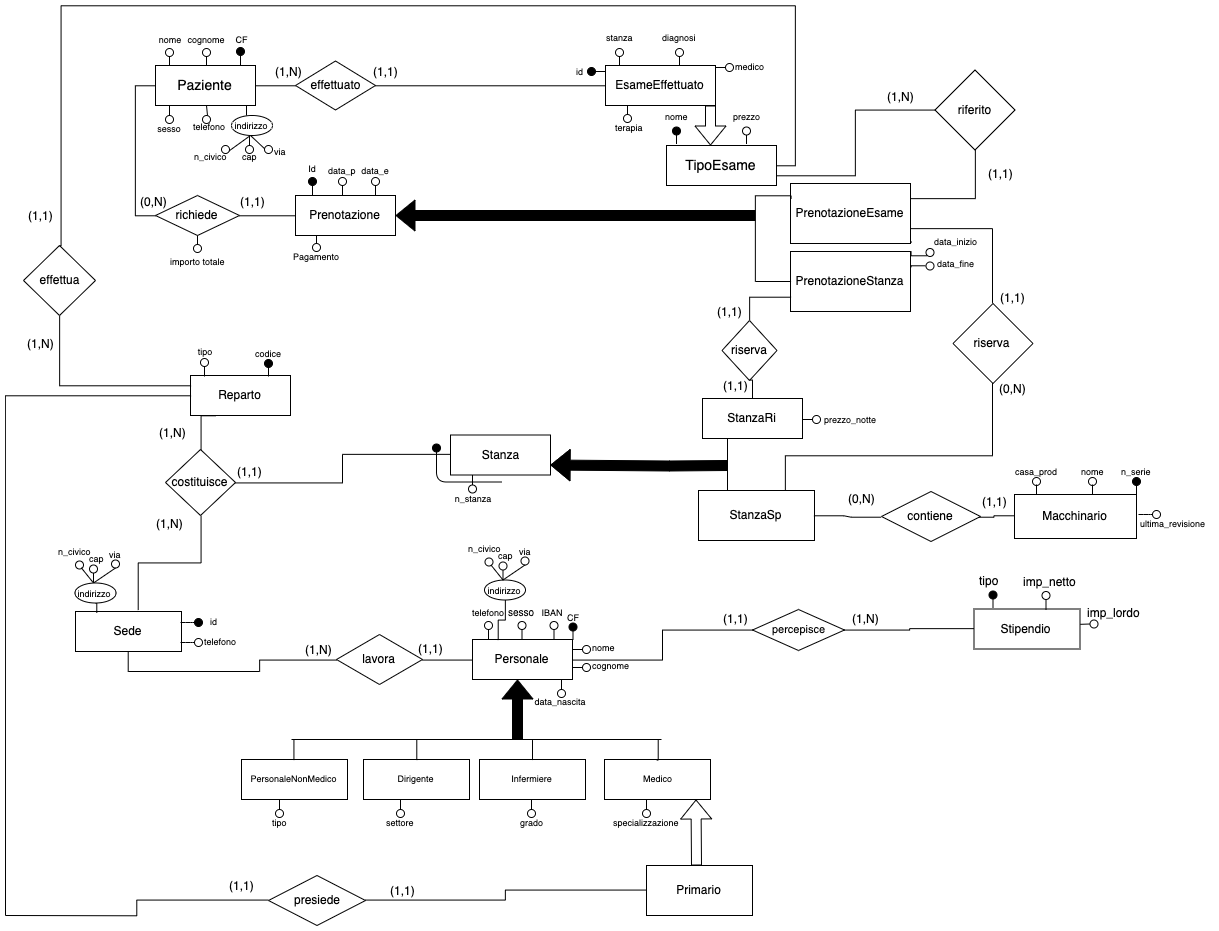
Earlier version of the draw.io export img/diagrammaER.png (MatteoMiotello/Clinica). Source tidied: cells renumbered, new cells last; positions are measured from the earlier drawing's top-left corner, leaving out a move shared by most shapes.
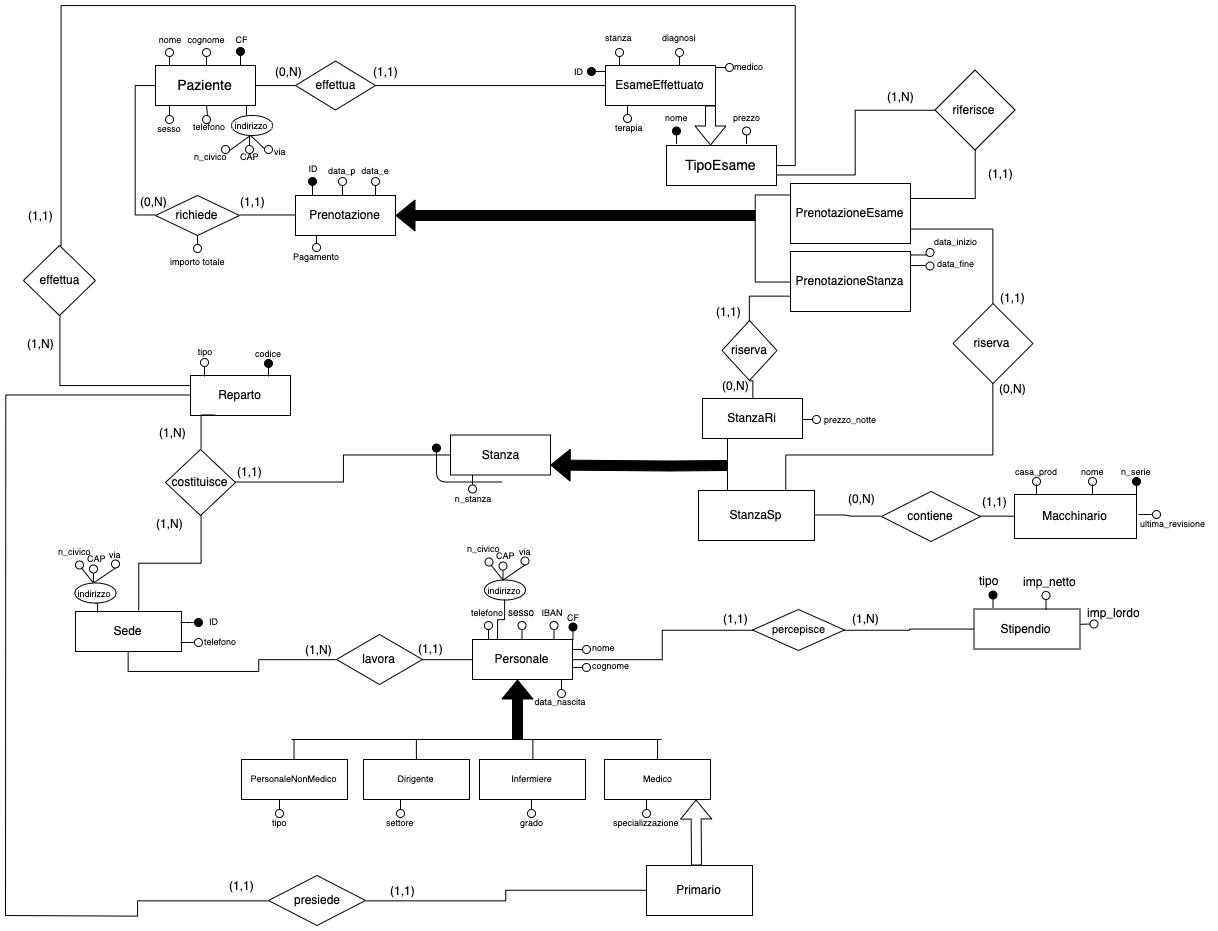
The same file after the commit.

What changed in the source:
```diff
@@ -53,7 +53,7 @@
     <mxCell id="15" style="edgeStyle=orthogonalEdgeStyle;rounded=0;jettySize=auto;html=1;exitX=1;exitY=0.5;exitDx=0;exitDy=0;entryX=0;entryY=0.5;entryDx=0;entryDy=0;startArrow=none;startFill=0;endArrow=none;endFill=0;fillColor=#000000;snapToPoint=1;" parent="1" edge="1" source="16" target="20">
       <mxGeometry relative="1" as="geometry" />
     </mxCell>
-    <mxCell id="16" value="effettuato" style="shape=rhombus;perimeter=rhombusPerimeter;whiteSpace=wrap;html=1;align=center;fillColor=none;" parent="1" vertex="1">
+    <mxCell id="16" value="effettua" style="shape=rhombus;perimeter=rhombusPerimeter;whiteSpace=wrap;html=1;align=center;fillColor=none;" parent="1" vertex="1">
       <mxGeometry x="290" y="55.5" width="80" height="49" as="geometry" />
     </mxCell>
     <mxCell id="17" style="endArrow=none;html=1;" parent="1" edge="1">
@@ -95,7 +95,7 @@
     <mxCell id="26" value="stanza" style="text;html=1;align=center;verticalAlign=middle;fontSize=9;" parent="1" vertex="1">
       <mxGeometry x="594" y="22" width="40" height="20" as="geometry" />
     </mxCell>
-    <mxCell id="27" value="id" style="text;html=1;align=center;verticalAlign=middle;fontSize=9;" parent="1" vertex="1">
+    <mxCell id="27" value="ID" style="text;html=1;align=center;verticalAlign=middle;fontSize=9;" parent="1" vertex="1">
       <mxGeometry x="564" y="55.5" width="20" height="20" as="geometry" />
     </mxCell>
     <mxCell id="28" style="endArrow=none;html=1;" parent="1" edge="1">
@@ -166,7 +166,7 @@
     <mxCell id="44" style="ellipse;whiteSpace=wrap;html=1;fillColor=#000000;" parent="1" vertex="1">
       <mxGeometry x="303" y="172" width="8" height="8" as="geometry" />
     </mxCell>
-    <mxCell id="45" value="&lt;font style=&quot;font-size: 9px&quot;&gt;Id&lt;/font&gt;" style="text;html=1;strokeColor=none;fillColor=none;align=center;verticalAlign=middle;whiteSpace=wrap;rounded=0;" parent="1" vertex="1">
+    <mxCell id="45" value="&lt;font style=&quot;font-size: 9px&quot;&gt;ID&lt;/font&gt;" style="text;html=1;strokeColor=none;fillColor=none;align=center;verticalAlign=middle;whiteSpace=wrap;rounded=0;" parent="1" vertex="1">
       <mxGeometry x="287" y="152" width="40" height="20" as="geometry" />
     </mxCell>
     <mxCell id="46" style="edgeStyle=orthogonalEdgeStyle;rounded=0;jettySize=auto;html=1;exitX=0.5;exitY=0;exitDx=0;exitDy=0;entryX=0;entryY=0.75;entryDx=0;entryDy=0;endArrow=none;endFill=0;" parent="1" edge="1" source="48" target="206">
@@ -381,7 +381,7 @@
     <mxCell id="99" style="ellipse;whiteSpace=wrap;html=1;fillColor=none;fontSize=9;" parent="1" vertex="1">
       <mxGeometry x="106" y="554.5" width="8" height="8" as="geometry" />
     </mxCell>
-    <mxCell id="100" value="cap" style="text;html=1;align=center;verticalAlign=middle;fontSize=9;fillColor=none;" parent="1" vertex="1">
+    <mxCell id="100" value="CAP" style="text;html=1;align=center;verticalAlign=middle;fontSize=9;fillColor=none;" parent="1" vertex="1">
       <mxGeometry x="76" y="542.5" width="30" height="20" as="geometry" />
     </mxCell>
     <mxCell id="101" value="via" style="text;html=1;align=center;verticalAlign=middle;fontSize=9;fillColor=none;" parent="1" vertex="1">
@@ -411,7 +411,7 @@
     <mxCell id="106" style="ellipse;whiteSpace=wrap;html=1;fillColor=#000000;fontSize=9;" parent="1" vertex="1">
       <mxGeometry x="189" y="613" width="8" height="8" as="geometry" />
     </mxCell>
-    <mxCell id="107" value="id" style="text;html=1;align=center;verticalAlign=middle;fontSize=9;fillColor=none;" parent="1" vertex="1">
+    <mxCell id="107" value="ID" style="text;html=1;align=center;verticalAlign=middle;fontSize=9;fillColor=none;" parent="1" vertex="1">
       <mxGeometry x="198" y="606" width="20" height="20" as="geometry" />
     </mxCell>
     <mxCell id="108" style="endArrow=none;html=1;" parent="1" edge="1">
@@ -683,7 +683,7 @@
     <mxCell id="174" value="(1,N)" style="text;html=1;align=center;verticalAlign=middle;" parent="1" vertex="1">
       <mxGeometry x="15" y="328" width="40" height="20" as="geometry" />
     </mxCell>
-    <mxCell id="175" value="(1,N)" style="text;html=1;align=center;verticalAlign=middle;" parent="1" vertex="1">
+    <mxCell id="175" value="(0,N)" style="text;html=1;align=center;verticalAlign=middle;" parent="1" vertex="1">
       <mxGeometry x="263" y="56" width="40" height="20" as="geometry" />
     </mxCell>
     <mxCell id="176" value="(1,1)" style="text;html=1;align=center;verticalAlign=middle;" parent="1" vertex="1">
@@ -820,7 +820,7 @@
     <mxCell id="212" style="edgeStyle=orthogonalEdgeStyle;rounded=0;jettySize=auto;html=1;exitX=0;exitY=0.5;exitDx=0;exitDy=0;entryX=1;entryY=0.75;entryDx=0;entryDy=0;endArrow=none;endFill=0;" parent="1" edge="1" source="213" target="5">
       <mxGeometry relative="1" as="geometry" />
     </mxCell>
-    <mxCell id="213" value="riferito" style="rhombus;whiteSpace=wrap;html=1;fillColor=none;" parent="1" vertex="1">
+    <mxCell id="213" value="riferisce" style="rhombus;whiteSpace=wrap;html=1;fillColor=none;" parent="1" vertex="1">
       <mxGeometry x="929.5" y="64.5" width="80" height="80" as="geometry" />
     </mxCell>
     <mxCell id="214" value="&lt;font style=&quot;font-size: 9px&quot;&gt;indirizzo&lt;/font&gt;" style="ellipse;whiteSpace=wrap;html=1;fillColor=none;" parent="1" vertex="1">
@@ -852,7 +852,7 @@
     <mxCell id="221" value="&lt;font style=&quot;font-size: 9px&quot;&gt;n_civico&lt;/font&gt;" style="text;html=1;align=center;verticalAlign=middle;" parent="1" vertex="1">
       <mxGeometry x="180" y="140" width="50" height="20" as="geometry" />
     </mxCell>
-    <mxCell id="222" value="&lt;font style=&quot;font-size: 9px&quot;&gt;cap&lt;/font&gt;" style="text;html=1;align=center;verticalAlign=middle;direction=south;" parent="1" vertex="1">
+    <mxCell id="222" value="&lt;font style=&quot;font-size: 9px&quot;&gt;CAP&lt;/font&gt;" style="text;html=1;align=center;verticalAlign=middle;direction=south;" parent="1" vertex="1">
       <mxGeometry x="229" y="140" width="30" height="20" as="geometry" />
     </mxCell>
     <mxCell id="223" value="&lt;font style=&quot;font-size: 9px&quot;&gt;via&lt;/font&gt;" style="text;html=1;align=center;verticalAlign=middle;" parent="1" vertex="1">
@@ -893,7 +893,7 @@
     <mxCell id="232" style="ellipse;whiteSpace=wrap;html=1;fillColor=none;fontSize=9;" parent="1" vertex="1">
       <mxGeometry x="515.5" y="551.5" width="8" height="8" as="geometry" />
     </mxCell>
-    <mxCell id="233" value="cap" style="text;html=1;align=center;verticalAlign=middle;fontSize=9;fillColor=none;" parent="1" vertex="1">
+    <mxCell id="233" value="CAP" style="text;html=1;align=center;verticalAlign=middle;fontSize=9;fillColor=none;" parent="1" vertex="1">
       <mxGeometry x="485.5" y="539.5" width="30" height="20" as="geometry" />
     </mxCell>
     <mxCell id="234" value="via" style="text;html=1;align=center;verticalAlign=middle;fontSize=9;fillColor=none;" parent="1" vertex="1">
@@ -969,7 +969,7 @@
     <mxCell id="252" value="&lt;font style=&quot;font-size: 9px&quot;&gt;data_p&lt;/font&gt;" style="text;html=1;align=center;verticalAlign=middle;" parent="1" vertex="1">
       <mxGeometry x="317" y="154" width="40" height="20" as="geometry" />
     </mxCell>
-    <mxCell id="253" value="(1,1)" style="text;html=1;align=center;verticalAlign=middle;" parent="1" vertex="1">
+    <mxCell id="253" value="(0,N)" style="text;html=1;align=center;verticalAlign=middle;" parent="1" vertex="1">
       <mxGeometry x="710" y="370" width="40" height="20" as="geometry" />
     </mxCell>
     <mxCell id="254" style="endArrow=none;html=1;" parent="1" edge="1">
```
